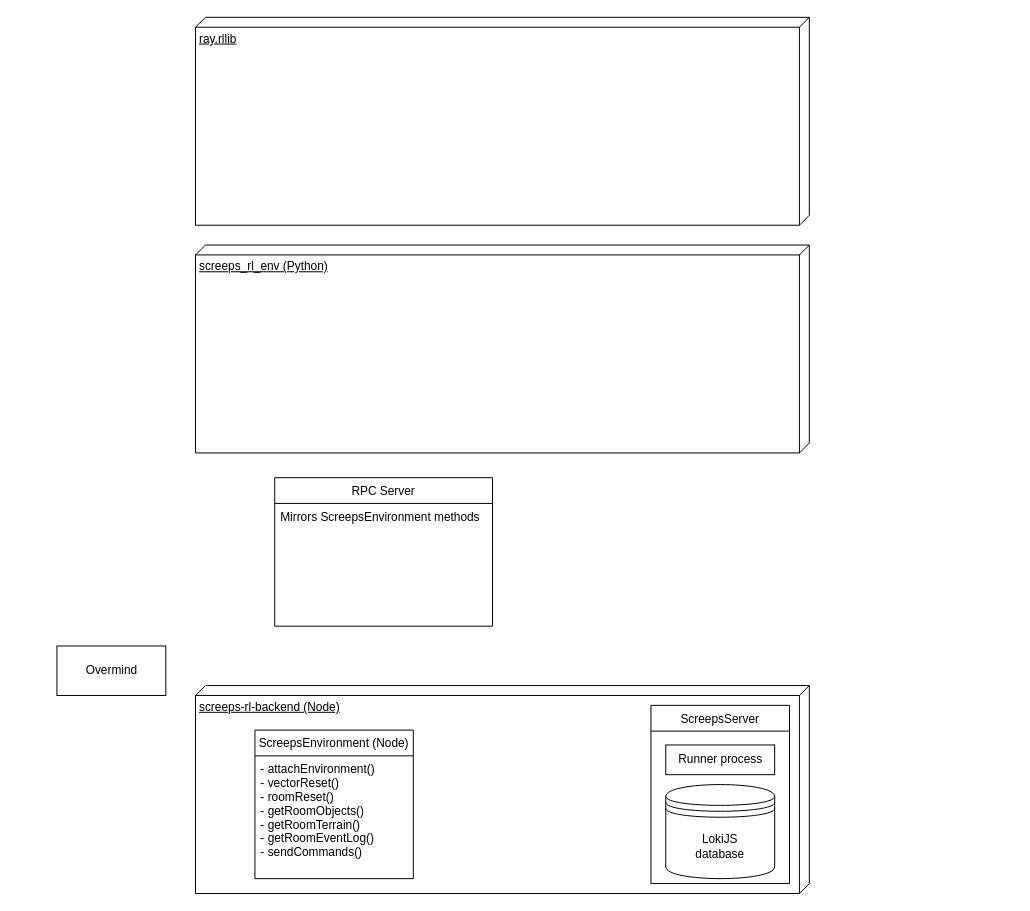
Before: models/Untitled Diagram.drawio in bencbartlett/Overmind-RL, a draw.io diagram. Source tidied: cells renumbered, new cells numbered last; positions are measured from the earlier drawing's top-left corner, leaving out a move shared by most shapes. Both pictures are drawn from the tidied source at 99%, with x=0, y=0 at pixel (56, 17).
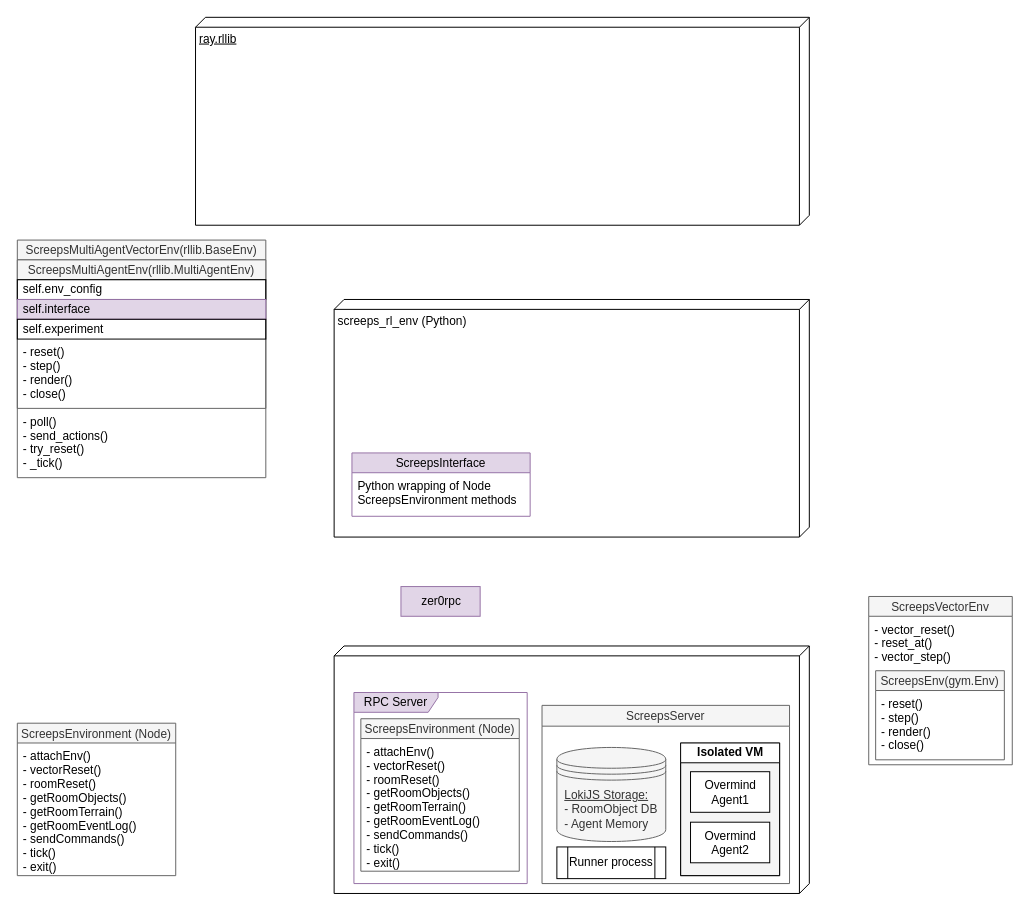
The same diagram, later.

What changed in the source:
```diff
@@
-    <mxCell id="2" value="screeps-rl-backend (Node)" style="verticalAlign=top;align=left;spacingTop=8;spacingLeft=2;spacingRight=12;shape=cube;size=10;direction=south;fontStyle=4;html=1;" parent="1" vertex="1">
-      <mxGeometry x="140" y="675" width="620" height="210" as="geometry" />
+    <mxCell id="2" style="verticalAlign=top;align=left;spacingTop=8;spacingLeft=2;spacingRight=12;shape=cube;size=10;direction=south;fontStyle=0;strokeColor=#000000;spacingBottom=0;" parent="1" vertex="1">
+      <mxGeometry x="280" y="635" width="480" height="250" as="geometry" />
     </mxCell>
-    <mxCell id="3" value="screeps_rl_env (Python)" style="verticalAlign=top;align=left;spacingTop=8;spacingLeft=2;spacingRight=12;shape=cube;size=10;direction=south;fontStyle=4;html=1;" parent="1" vertex="1">
-      <mxGeometry x="140" y="230" width="620" height="210" as="geometry" />
+    <mxCell id="3" value="screeps_rl_env (Python)" style="verticalAlign=top;align=left;spacingTop=8;spacingLeft=2;spacingRight=12;shape=cube;size=10;direction=south;fontStyle=0;" parent="1" vertex="1">
+      <mxGeometry x="280" y="285" width="480" height="240" as="geometry" />
     </mxCell>
@@
-    <mxCell id="5" value="LokiJS&lt;br&gt;database&lt;br&gt;" style="shape=datastore;whiteSpace=wrap;html=1;" parent="1" vertex="1">
-      <mxGeometry x="615" y="775" width="110" height="95" as="geometry" />
+    <mxCell id="5" value="&lt;div style=&quot;text-align: left&quot;&gt;&lt;span&gt;&lt;u&gt;LokiJS Storage:&lt;/u&gt;&lt;/span&gt;&lt;/div&gt;&lt;div style=&quot;text-align: left&quot;&gt;&lt;span&gt;- RoomObject DB&lt;/span&gt;&lt;/div&gt;&lt;div style=&quot;text-align: left&quot;&gt;&lt;span&gt;- Agent Memory&lt;/span&gt;&lt;/div&gt;" style="shape=datastore;whiteSpace=wrap;html=1;fillColor=#f5f5f5;strokeColor=#666666;fontColor=#333333;" parent="1" vertex="1">
+      <mxGeometry x="505" y="737.5" width="110" height="95" as="geometry" />
     </mxCell>
+    <mxCell id="7" value="ScreepsServer" style="swimlane;fontStyle=0;horizontal=1;startSize=21;fillColor=#f5f5f5;labelBackgroundColor=none;strokeColor=#666666;fontColor=#333333;" parent="1" vertex="1">
+      <mxGeometry x="490" y="695" width="250" height="180" as="geometry" />
+    </mxCell>
+    <mxCell id="13" style="group;fillColor=#f5f5f5;strokeColor=#666666;fontColor=#333333;" parent="1" vertex="1">
+      <mxGeometry x="630" y="733" width="100" height="134" as="geometry" />
+    </mxCell>
+    <mxCell id="14" value="Isolated VM" style="swimlane;html=1;startSize=20;horizontal=1;containerType=tree;" parent="13" vertex="1">
+      <mxGeometry width="100" height="134" as="geometry" />
+    </mxCell>
+    <mxCell id="10" value="Overmind&lt;br&gt;Agent1&lt;br&gt;" style="html=1;" parent="14" vertex="1">
+      <mxGeometry x="10" y="29" width="80" height="41" as="geometry" />
+    </mxCell>
+    <mxCell id="15" value="Overmind&lt;br&gt;Agent2&lt;br&gt;" style="html=1;" parent="14" vertex="1">
+      <mxGeometry x="10" y="80" width="80" height="41" as="geometry" />
+    </mxCell>
-    <mxCell id="6" value="Runner process" style="html=1;" parent="1" vertex="1">
-      <mxGeometry x="615" y="735" width="110" height="30" as="geometry" />
+    <mxCell id="6" value="Runner process" style="shape=process;whiteSpace=wrap;html=1;backgroundOutline=1;" parent="1" vertex="1">
+      <mxGeometry x="505" y="838" width="110" height="32" as="geometry" />
     </mxCell>
-    <mxCell id="7" value="ScreepsServer" style="swimlane;fontStyle=0;horizontal=1;startSize=26;fillColor=none;" parent="1" vertex="1">
-      <mxGeometry x="600" y="695" width="140" height="180" as="geometry" />
-    </mxCell>
+    <mxCell id="16" style="group;" parent="1" vertex="1">
+      <mxGeometry x="300" y="682" width="175" height="193" as="geometry" />
+    </mxCell>
+    <mxCell id="11" value="RPC Server" style="shape=umlFrame;whiteSpace=wrap;html=1;labelBackgroundColor=none;strokeColor=#9673a6;fillColor=#e1d5e7;width=85;height=20;" parent="16" vertex="1">
+      <mxGeometry width="175" height="193" as="geometry" />
+    </mxCell>
-    <mxCell id="8" value="ScreepsEnvironment (Node)" style="swimlane;fontStyle=0;horizontal=1;startSize=26;fillColor=none;" parent="1" vertex="1">
-      <mxGeometry x="200" y="720" width="160" height="150" as="geometry" />
+    <mxCell id="8" value="ScreepsEnvironment (Node)" style="swimlane;fontStyle=0;horizontal=1;startSize=20;fillColor=#f5f5f5;strokeColor=#666666;fontColor=#333333;" parent="16" vertex="1">
+      <mxGeometry x="7" y="26.5" width="160" height="154" as="geometry" />
     </mxCell>
-    <mxCell id="9" value="- attachEnvironment()&#10;- vectorReset()&#10;- roomReset()&#10;- getRoomObjects()&#10;- getRoomTerrain()&#10;- getRoomEventLog()&#10;- sendCommands()&#10;" style="text;strokeColor=none;fillColor=none;align=left;verticalAlign=top;spacingLeft=4;spacingRight=4;overflow=hidden;" parent="8" vertex="1">
-      <mxGeometry y="26" width="160" height="124" as="geometry" />
+    <mxCell id="9" value="- attachEnv()&#10;- vectorReset()&#10;- roomReset()&#10;- getRoomObjects()&#10;- getRoomTerrain()&#10;- getRoomEventLog()&#10;- sendCommands()&#10;- tick()&#10;- exit()&#10;" style="text;strokeColor=none;fillColor=none;align=left;verticalAlign=top;spacingLeft=4;spacingRight=4;overflow=hidden;" parent="8" vertex="1">
+      <mxGeometry y="20" width="160" height="134" as="geometry" />
     </mxCell>
-    <mxCell id="10" value="Overmind" style="html=1;" parent="1" vertex="1">
-      <mxGeometry y="635" width="110" height="50" as="geometry" />
-    </mxCell>
-    <mxCell id="11" value="RPC Server" style="swimlane;fontStyle=0;horizontal=1;startSize=26;fillColor=none;" parent="1" vertex="1">
-      <mxGeometry x="220" y="465" width="220" height="150" as="geometry" />
-    </mxCell>
-    <mxCell id="12" value="Mirrors ScreepsEnvironment methods&#10;" style="text;strokeColor=none;fillColor=none;align=left;verticalAlign=top;spacingLeft=4;spacingRight=4;overflow=hidden;" parent="11" vertex="1">
-      <mxGeometry y="26" width="220" height="124" as="geometry" />
-    </mxCell>
+    <mxCell id="17" value="zer0rpc" style="html=1;labelBackgroundColor=none;strokeColor=#9673a6;fillColor=#e1d5e7;" parent="1" vertex="1">
+      <mxGeometry x="347.5" y="575" width="80" height="30" as="geometry" />
+    </mxCell>
+    <mxCell id="18" value="ScreepsInterface" style="swimlane;fontStyle=0;horizontal=1;startSize=20;fillColor=#e1d5e7;labelBackgroundColor=none;strokeColor=#9673a6;html=0;" parent="1" vertex="1">
+      <mxGeometry x="298" y="440" width="180" height="64" as="geometry" />
+    </mxCell>
+    <mxCell id="19" value="Python wrapping of Node&#10;ScreepsEnvironment methods&#10;" style="text;strokeColor=none;fillColor=none;align=left;verticalAlign=top;spacingLeft=4;spacingRight=4;overflow=hidden;" parent="18" vertex="1">
+      <mxGeometry y="20" width="180" height="44" as="geometry" />
+    </mxCell>
+    <mxCell id="20" value="ScreepsEnvironment (Node)" style="swimlane;fontStyle=0;horizontal=1;startSize=20;fillColor=#f5f5f5;strokeColor=#666666;fontColor=#333333;" parent="1" vertex="1">
+      <mxGeometry x="-40" y="713" width="160" height="154" as="geometry" />
+    </mxCell>
+    <mxCell id="21" value="- attachEnv()&#10;- vectorReset()&#10;- roomReset()&#10;- getRoomObjects()&#10;- getRoomTerrain()&#10;- getRoomEventLog()&#10;- sendCommands()&#10;- tick()&#10;- exit()&#10;" style="text;strokeColor=none;fillColor=none;align=left;verticalAlign=top;spacingLeft=4;spacingRight=4;overflow=hidden;" parent="20" vertex="1">
+      <mxGeometry y="20" width="160" height="134" as="geometry" />
+    </mxCell>
+    <mxCell id="22" style="group;" parent="1" vertex="1">
+      <mxGeometry x="820" y="585" width="145" height="170" as="geometry" />
+    </mxCell>
+    <mxCell id="23" value="ScreepsEnv(gym.Env)" style="swimlane;fontStyle=0;horizontal=1;startSize=20;fillColor=#f5f5f5;strokeColor=#666666;fontColor=#333333;" parent="22" vertex="1">
+      <mxGeometry x="7" y="75" width="130" height="90" as="geometry" />
+    </mxCell>
+    <mxCell id="24" value="- reset()&#10;- step()&#10;- render()&#10;- close()&#10;" style="text;strokeColor=none;fillColor=none;align=left;verticalAlign=top;spacingLeft=4;spacingRight=4;overflow=hidden;" parent="23" vertex="1">
+      <mxGeometry y="20" width="130" height="70" as="geometry" />
+    </mxCell>
+    <mxCell id="25" value="ScreepsVectorEnv" style="swimlane;fontStyle=0;horizontal=1;startSize=20;fillColor=#f5f5f5;strokeColor=#666666;fontColor=#333333;" parent="22" vertex="1">
+      <mxGeometry width="145" height="170" as="geometry" />
+    </mxCell>
+    <mxCell id="26" value="- vector_reset()&#10;- reset_at()&#10;- vector_step()&#10;" style="text;strokeColor=none;fillColor=none;align=left;verticalAlign=top;spacingLeft=4;spacingRight=4;overflow=hidden;" parent="25" vertex="1">
+      <mxGeometry y="20" width="145" height="150" as="geometry" />
+    </mxCell>
+    <mxCell id="27" value="ScreepsMultiAgentVectorEnv(rllib.BaseEnv)" style="swimlane;fontStyle=0;horizontal=1;startSize=20;fillColor=#f5f5f5;strokeColor=#666666;fontColor=#333333;" parent="1" vertex="1">
+      <mxGeometry x="-40" y="225" width="251" height="240" as="geometry" />
+    </mxCell>
+    <mxCell id="28" value="ScreepsMultiAgentEnv(rllib.MultiAgentEnv)" style="swimlane;fontStyle=0;horizontal=1;startSize=20;fillColor=#f5f5f5;strokeColor=#666666;fontColor=#333333;" parent="27" vertex="1">
+      <mxGeometry y="20" width="251" height="150" as="geometry" />
+    </mxCell>
+    <mxCell id="29" value="&lt;div style=&quot;text-align: left&quot;&gt;&lt;span&gt;self.env_config&lt;/span&gt;&lt;/div&gt;" style="html=1;labelBackgroundColor=none;strokeColor=#000000;fillColor=none;align=left;spacingLeft=4;" parent="28" vertex="1">
+      <mxGeometry y="20" width="251" height="20" as="geometry" />
+    </mxCell>
+    <mxCell id="30" value="self.interface" style="html=1;labelBackgroundColor=none;strokeColor=#9673a6;fillColor=#e1d5e7;align=left;spacingLeft=4;" parent="28" vertex="1">
+      <mxGeometry y="40" width="251" height="20" as="geometry" />
+    </mxCell>
+    <mxCell id="31" value="self.experiment" style="html=1;labelBackgroundColor=none;strokeColor=#000000;fillColor=none;align=left;spacingLeft=4;" parent="28" vertex="1">
+      <mxGeometry y="60" width="251" height="20" as="geometry" />
+    </mxCell>
+    <mxCell id="32" value="- reset()&#10;- step()&#10;- render()&#10;- close()&#10;" style="text;strokeColor=none;fillColor=none;align=left;verticalAlign=top;spacingLeft=4;spacingRight=4;overflow=hidden;" parent="28" vertex="1">
+      <mxGeometry y="80" width="251" height="70" as="geometry" />
+    </mxCell>
+    <mxCell id="33" value="- poll()&#10;- send_actions()&#10;- try_reset()&#10;- _tick()&#10;" style="text;strokeColor=none;fillColor=none;align=left;verticalAlign=top;spacingLeft=4;spacingRight=4;overflow=hidden;" parent="27" vertex="1">
+      <mxGeometry y="170" width="251" height="70" as="geometry" />
+    </mxCell>
```
